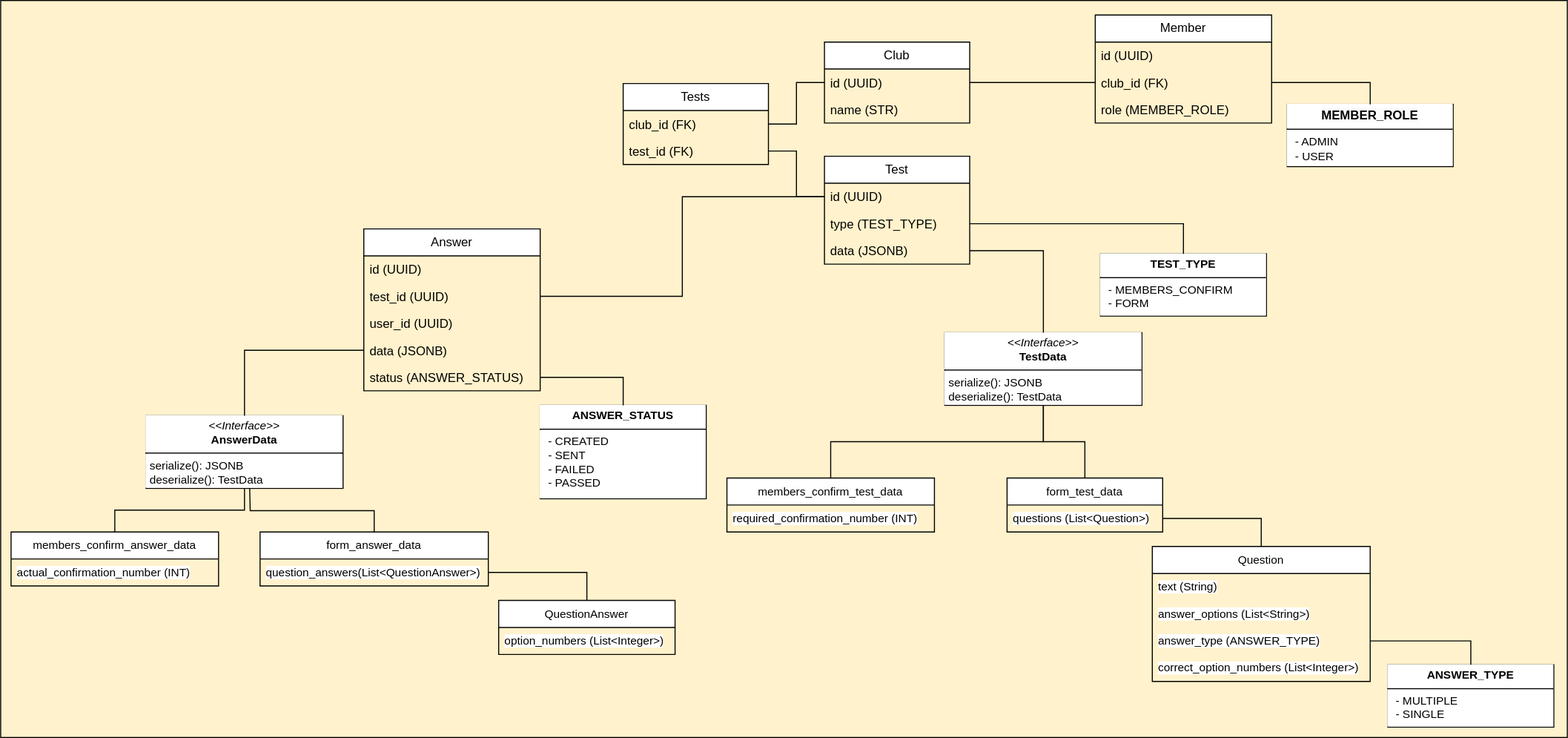
Above: doc/img/domain_model.drawio.svg in ru-random-walk/club-service (draw.io), before the change. Source tidied: cells renumbered, new cells last; positions are measured from the earlier drawing's top-left corner, leaving out a move shared by most shapes.
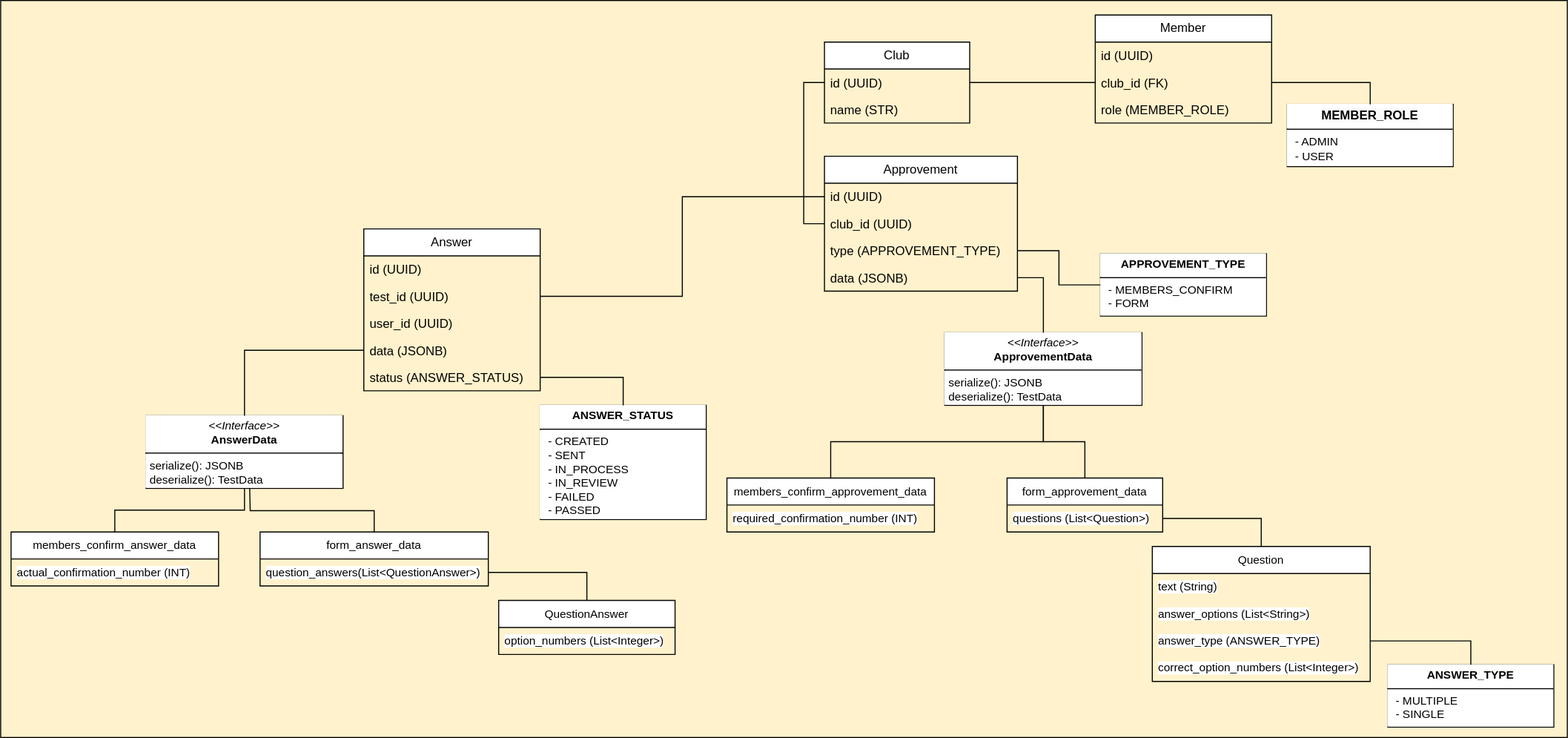
The same file after the commit.

Commit message:
RANDOMWALK-20: update domain schema

Change to the diagram source:
```diff
@@ -5,9 +5,6 @@
     <mxCell id="2" style="rounded=0;whiteSpace=wrap;html=1;fillColor=#FFF2CC;" parent="1" vertex="1">
       <mxGeometry width="1510" height="710" as="geometry" />
     </mxCell>
-    <mxCell id="3" style="edgeStyle=orthogonalEdgeStyle;shape=connector;rounded=0;jettySize=auto;html=1;strokeColor=default;align=center;verticalAlign=middle;fontFamily=Helvetica;fontSize=11;fontColor=default;labelBackgroundColor=default;endArrow=none;endFill=0;" parent="1" edge="1" source="4" target="7">
-      <mxGeometry relative="1" as="geometry" />
-    </mxCell>
     <mxCell id="4" value="Club" style="swimlane;fontStyle=0;horizontal=1;startSize=26;fillColor=default;whiteSpace=wrap;html=1;" parent="1" vertex="1">
       <mxGeometry x="794" y="40" width="140" height="78" as="geometry" />
     </mxCell>
@@ -17,31 +14,22 @@
     <mxCell id="6" value="name (STR)" style="text;strokeColor=none;fillColor=none;align=left;verticalAlign=top;spacingLeft=4;spacingRight=4;overflow=hidden;whiteSpace=wrap;html=1;" parent="4" vertex="1">
       <mxGeometry y="52" width="140" height="26" as="geometry" />
     </mxCell>
-    <mxCell id="7" value="Tests" style="swimlane;fontStyle=0;horizontal=1;startSize=26;fillColor=default;whiteSpace=wrap;html=1;" parent="1" vertex="1">
-      <mxGeometry x="600" y="80" width="140" height="78" as="geometry" />
-    </mxCell>
-    <mxCell id="8" value="club_id (FK)" style="text;strokeColor=none;fillColor=none;align=left;verticalAlign=top;spacingLeft=4;spacingRight=4;overflow=hidden;whiteSpace=wrap;html=1;" parent="7" vertex="1">
-      <mxGeometry y="26" width="140" height="26" as="geometry" />
-    </mxCell>
-    <mxCell id="9" value="test_id (FK)" style="text;strokeColor=none;fillColor=none;align=left;verticalAlign=top;spacingLeft=4;spacingRight=4;overflow=hidden;points=[[0,0.5],[1,0.5]];portConstraint=eastwest;whiteSpace=wrap;html=1;" parent="7" vertex="1">
-      <mxGeometry y="52" width="140" height="26" as="geometry" />
-    </mxCell>
-    <mxCell id="10" value="Test" style="swimlane;fontStyle=0;horizontal=1;startSize=26;fillColor=default;whiteSpace=wrap;html=1;" parent="1" vertex="1">
-      <mxGeometry x="794" y="150" width="140" height="104" as="geometry" />
+    <mxCell id="10" value="Approvement" style="swimlane;fontStyle=0;horizontal=1;startSize=26;fillColor=default;whiteSpace=wrap;html=1;" parent="1" vertex="1">
+      <mxGeometry x="794" y="150" width="186" height="130" as="geometry" />
     </mxCell>
     <mxCell id="11" value="id (UUID)" style="text;strokeColor=none;fillColor=none;align=left;verticalAlign=top;spacingLeft=4;spacingRight=4;overflow=hidden;points=[[0,0.5],[1,0.5]];portConstraint=eastwest;whiteSpace=wrap;html=1;" parent="10" vertex="1">
-      <mxGeometry y="26" width="140" height="26" as="geometry" />
+      <mxGeometry y="26" width="186" height="26" as="geometry" />
     </mxCell>
+    <mxCell id="60" value="club_id (UUID)" style="text;strokeColor=none;fillColor=none;align=left;verticalAlign=top;spacingLeft=4;spacingRight=4;overflow=hidden;points=[[0,0.5],[1,0.5]];portConstraint=eastwest;whiteSpace=wrap;html=1;" parent="10" vertex="1">
+      <mxGeometry y="52" width="186" height="26" as="geometry" />
+    </mxCell>
-    <mxCell id="12" value="type (TEST_TYPE)" style="text;strokeColor=none;fillColor=none;align=left;verticalAlign=top;spacingLeft=4;spacingRight=4;overflow=hidden;points=[[0,0.5],[1,0.5]];portConstraint=eastwest;whiteSpace=wrap;html=1;" parent="10" vertex="1">
-      <mxGeometry y="52" width="140" height="26" as="geometry" />
+    <mxCell id="12" value="type (APPROVEMENT_TYPE)" style="text;strokeColor=none;fillColor=none;align=left;verticalAlign=top;spacingLeft=4;spacingRight=4;overflow=hidden;points=[[0,0.5],[1,0.5]];portConstraint=eastwest;whiteSpace=wrap;html=1;" parent="10" vertex="1">
+      <mxGeometry y="78" width="186" height="26" as="geometry" />
     </mxCell>
     <mxCell id="13" value="data (JSONB)" style="text;strokeColor=none;fillColor=none;align=left;verticalAlign=top;spacingLeft=4;spacingRight=4;overflow=hidden;points=[[0,0.5],[1,0.5]];portConstraint=eastwest;whiteSpace=wrap;html=1;" parent="10" vertex="1">
-      <mxGeometry y="78" width="140" height="26" as="geometry" />
+      <mxGeometry y="104" width="186" height="26" as="geometry" />
     </mxCell>
-    <mxCell id="14" style="edgeStyle=orthogonalEdgeStyle;shape=connector;rounded=0;jettySize=auto;html=1;exitX=1;exitY=0.5;exitDx=0;exitDy=0;entryX=0;entryY=0.5;entryDx=0;entryDy=0;strokeColor=default;align=center;verticalAlign=middle;fontFamily=Helvetica;fontSize=11;fontColor=default;labelBackgroundColor=default;endArrow=none;endFill=0;" parent="1" edge="1" source="9" target="11">
-      <mxGeometry relative="1" as="geometry" />
-    </mxCell>
-    <mxCell id="15" value="&lt;p style=&quot;margin: 4px 0px 0px; text-align: center;&quot;&gt;&lt;b style=&quot;&quot;&gt;TEST_TYPE&lt;/b&gt;&lt;/p&gt;&lt;hr size=&quot;1&quot; style=&quot;border-style:solid;&quot;&gt;&lt;p style=&quot;margin:0px;margin-left:8px;&quot;&gt;- MEMBERS_CONFIRM&lt;/p&gt;&lt;p style=&quot;margin:0px;margin-left:8px;&quot;&gt;- FORM&lt;/p&gt;" style="verticalAlign=top;align=left;overflow=fill;html=1;whiteSpace=wrap;fontFamily=Helvetica;fontSize=11;fontColor=default;labelBackgroundColor=default;" parent="1" vertex="1">
+    <mxCell id="15" value="&lt;p style=&quot;margin: 4px 0px 0px; text-align: center;&quot;&gt;&lt;b style=&quot;&quot;&gt;APPROVEMENT_TYPE&lt;/b&gt;&lt;/p&gt;&lt;hr size=&quot;1&quot; style=&quot;border-style:solid;&quot;&gt;&lt;p style=&quot;margin:0px;margin-left:8px;&quot;&gt;- MEMBERS_CONFIRM&lt;/p&gt;&lt;p style=&quot;margin:0px;margin-left:8px;&quot;&gt;- FORM&lt;/p&gt;" style="verticalAlign=top;align=left;overflow=fill;html=1;whiteSpace=wrap;fontFamily=Helvetica;fontSize=11;fontColor=default;labelBackgroundColor=default;" parent="1" vertex="1">
       <mxGeometry x="1060" y="244" width="160" height="60" as="geometry" />
     </mxCell>
     <mxCell id="16" value="&lt;p style=&quot;margin: 4px 0px 0px; text-align: center;&quot;&gt;&lt;span style=&quot;font-size: 12px; text-align: left; background-color: rgb(251, 251, 251);&quot;&gt;&lt;b&gt;MEMBER_ROLE&lt;/b&gt;&lt;/span&gt;&lt;br&gt;&lt;/p&gt;&lt;hr size=&quot;1&quot; style=&quot;border-style:solid;&quot;&gt;&lt;p style=&quot;margin:0px;margin-left:8px;&quot;&gt;- ADMIN&lt;/p&gt;&lt;p style=&quot;margin:0px;margin-left:8px;&quot;&gt;- USER&lt;/p&gt;" style="verticalAlign=top;align=left;overflow=fill;html=1;whiteSpace=wrap;fontFamily=Helvetica;fontSize=11;fontColor=default;labelBackgroundColor=default;" parent="1" vertex="1">
@@ -53,7 +41,7 @@
     <mxCell id="18" style="edgeStyle=orthogonalEdgeStyle;shape=connector;rounded=0;jettySize=auto;html=1;exitX=1;exitY=0.5;exitDx=0;exitDy=0;entryX=0.5;entryY=0;entryDx=0;entryDy=0;strokeColor=default;align=center;verticalAlign=middle;fontFamily=Helvetica;fontSize=11;fontColor=default;labelBackgroundColor=default;endArrow=none;endFill=0;" parent="1" edge="1" source="38" target="16">
       <mxGeometry relative="1" as="geometry" />
     </mxCell>
-    <mxCell id="19" value="members_confirm_test_data" style="swimlane;fontStyle=0;horizontal=1;startSize=26;fillColor=default;whiteSpace=wrap;html=1;fontFamily=Helvetica;fontSize=11;fontColor=default;labelBackgroundColor=default;" parent="1" vertex="1">
+    <mxCell id="19" value="members_confirm_approvement_data" style="swimlane;fontStyle=0;horizontal=1;startSize=26;fillColor=default;whiteSpace=wrap;html=1;fontFamily=Helvetica;fontSize=11;fontColor=default;labelBackgroundColor=default;" parent="1" vertex="1">
       <mxGeometry x="700" y="460" width="200" height="52" as="geometry" />
     </mxCell>
     <mxCell id="20" value="required_confirmation_number (INT)" style="text;strokeColor=none;fillColor=none;align=left;verticalAlign=top;spacingLeft=4;spacingRight=4;overflow=hidden;whiteSpace=wrap;html=1;fontFamily=Helvetica;fontSize=11;fontColor=default;labelBackgroundColor=default;" parent="19" vertex="1">
@@ -65,10 +53,10 @@
     <mxCell id="22" style="edgeStyle=orthogonalEdgeStyle;shape=connector;rounded=0;jettySize=auto;html=1;entryX=0.5;entryY=0;entryDx=0;entryDy=0;strokeColor=default;align=center;verticalAlign=middle;fontFamily=Helvetica;fontSize=11;fontColor=default;labelBackgroundColor=default;endArrow=none;endFill=0;" parent="1" edge="1" source="23" target="24">
       <mxGeometry relative="1" as="geometry" />
     </mxCell>
-    <mxCell id="23" value="&lt;p style=&quot;margin:0px;margin-top:4px;text-align:center;&quot;&gt;&lt;i&gt;&amp;lt;&amp;lt;Interface&amp;gt;&amp;gt;&lt;/i&gt;&lt;br&gt;&lt;b&gt;TestData&lt;/b&gt;&lt;/p&gt;&lt;hr size=&quot;1&quot; style=&quot;border-style:solid;&quot;&gt;&lt;p style=&quot;margin:0px;margin-left:4px;&quot;&gt;serialize(): JSONB&lt;br&gt;&lt;/p&gt;&lt;p style=&quot;margin:0px;margin-left:4px;&quot;&gt;deserialize(): TestData&lt;br&gt;&lt;/p&gt;" style="verticalAlign=top;align=left;overflow=fill;html=1;whiteSpace=wrap;fontFamily=Helvetica;fontSize=11;fontColor=default;labelBackgroundColor=default;" parent="1" vertex="1">
+    <mxCell id="23" value="&lt;p style=&quot;margin:0px;margin-top:4px;text-align:center;&quot;&gt;&lt;i&gt;&amp;lt;&amp;lt;Interface&amp;gt;&amp;gt;&lt;/i&gt;&lt;br&gt;&lt;b&gt;Approvement&lt;/b&gt;&lt;b&gt;Data&lt;/b&gt;&lt;/p&gt;&lt;hr size=&quot;1&quot; style=&quot;border-style:solid;&quot;&gt;&lt;p style=&quot;margin:0px;margin-left:4px;&quot;&gt;serialize(): JSONB&lt;br&gt;&lt;/p&gt;&lt;p style=&quot;margin:0px;margin-left:4px;&quot;&gt;deserialize(): TestData&lt;br&gt;&lt;/p&gt;" style="verticalAlign=top;align=left;overflow=fill;html=1;whiteSpace=wrap;fontFamily=Helvetica;fontSize=11;fontColor=default;labelBackgroundColor=default;" parent="1" vertex="1">
       <mxGeometry x="910" y="320" width="190" height="70" as="geometry" />
     </mxCell>
-    <mxCell id="24" value="form_test_data" style="swimlane;fontStyle=0;horizontal=1;startSize=26;fillColor=default;whiteSpace=wrap;html=1;fontFamily=Helvetica;fontSize=11;fontColor=default;labelBackgroundColor=default;" parent="1" vertex="1">
+    <mxCell id="24" value="form_approvement_data" style="swimlane;fontStyle=0;horizontal=1;startSize=26;fillColor=default;whiteSpace=wrap;html=1;fontFamily=Helvetica;fontSize=11;fontColor=default;labelBackgroundColor=default;" parent="1" vertex="1">
       <mxGeometry x="970" y="460" width="150" height="52" as="geometry" />
     </mxCell>
     <mxCell id="25" value="questions (List&amp;lt;Question&amp;gt;)" style="text;strokeColor=none;fillColor=none;align=left;verticalAlign=top;spacingLeft=4;spacingRight=4;overflow=hidden;points=[[0,0.5],[1,0.5]];portConstraint=eastwest;whiteSpace=wrap;html=1;fontFamily=Helvetica;fontSize=11;fontColor=default;labelBackgroundColor=default;" parent="24" vertex="1">
@@ -172,11 +160,14 @@
     <mxCell id="57" style="edgeStyle=orthogonalEdgeStyle;rounded=0;jettySize=auto;html=1;exitX=1;exitY=0.5;exitDx=0;exitDy=0;endArrow=none;endFill=0;" parent="1" edge="1" source="53" target="54">
       <mxGeometry relative="1" as="geometry" />
     </mxCell>
-    <mxCell id="58" value="&lt;p style=&quot;margin: 4px 0px 0px; text-align: center;&quot;&gt;&lt;b style=&quot;&quot;&gt;ANSWER_STATUS&lt;/b&gt;&lt;/p&gt;&lt;hr size=&quot;1&quot; style=&quot;border-style:solid;&quot;&gt;&lt;p style=&quot;margin:0px;margin-left:8px;&quot;&gt;- CREATED&lt;/p&gt;&lt;p style=&quot;margin:0px;margin-left:8px;&quot;&gt;- SENT&lt;br&gt;- FAILED&lt;br&gt;- PASSED&lt;/p&gt;" style="verticalAlign=top;align=left;overflow=fill;html=1;whiteSpace=wrap;fontFamily=Helvetica;fontSize=11;fontColor=default;labelBackgroundColor=default;" parent="1" vertex="1">
-      <mxGeometry x="520" y="390" width="160" height="90" as="geometry" />
+    <mxCell id="58" value="&lt;p style=&quot;margin: 4px 0px 0px; text-align: center;&quot;&gt;&lt;b style=&quot;&quot;&gt;ANSWER_STATUS&lt;/b&gt;&lt;/p&gt;&lt;hr size=&quot;1&quot; style=&quot;border-style:solid;&quot;&gt;&lt;p style=&quot;margin:0px;margin-left:8px;&quot;&gt;- CREATED&lt;/p&gt;&lt;p style=&quot;margin:0px;margin-left:8px;&quot;&gt;- SENT&lt;br&gt;- IN_PROCESS&lt;br&gt;- IN_REVIEW&lt;br&gt;- FAILED&lt;br&gt;- PASSED&lt;/p&gt;" style="verticalAlign=top;align=left;overflow=fill;html=1;whiteSpace=wrap;fontFamily=Helvetica;fontSize=11;fontColor=default;labelBackgroundColor=default;" parent="1" vertex="1">
+      <mxGeometry x="520" y="390" width="160" height="110" as="geometry" />
     </mxCell>
     <mxCell id="59" style="edgeStyle=orthogonalEdgeStyle;shape=connector;rounded=0;jettySize=auto;html=1;exitX=1;exitY=0.5;exitDx=0;exitDy=0;entryX=0.5;entryY=0;entryDx=0;entryDy=0;strokeColor=default;align=center;verticalAlign=middle;fontFamily=Helvetica;fontSize=11;fontColor=default;labelBackgroundColor=default;endArrow=none;endFill=0;" parent="1" edge="1" source="45" target="58">
       <mxGeometry relative="1" as="geometry" />
     </mxCell>
+    <mxCell id="61" style="edgeStyle=orthogonalEdgeStyle;rounded=0;jettySize=auto;html=1;exitX=0;exitY=0.5;exitDx=0;exitDy=0;entryX=0;entryY=0.5;entryDx=0;entryDy=0;endArrow=none;endFill=0;" parent="1" edge="1" source="5" target="60">
+      <mxGeometry relative="1" as="geometry" />
+    </mxCell>
   </root>
 </mxGraphModel>
```
